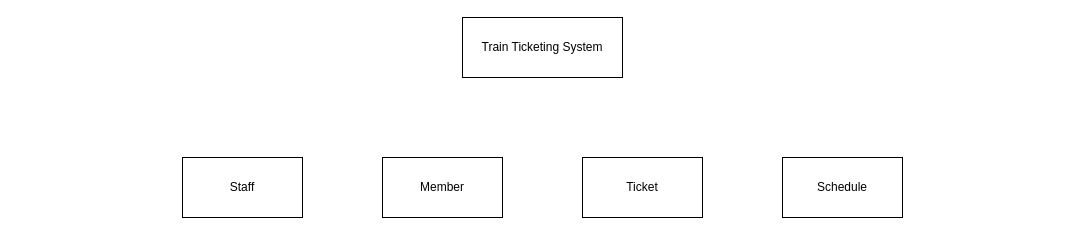
Above: diagrams/structure_chart.drawio in Poleric/train-ticketing-system (draw.io), before the change. Source tidied: cells renumbered, new cells numbered last; positions are measured from the earlier drawing's top-left corner, leaving out a move shared by most shapes. Both pictures are drawn from the tidied source at 100%, with x=0, y=0 at pixel (182, 17).
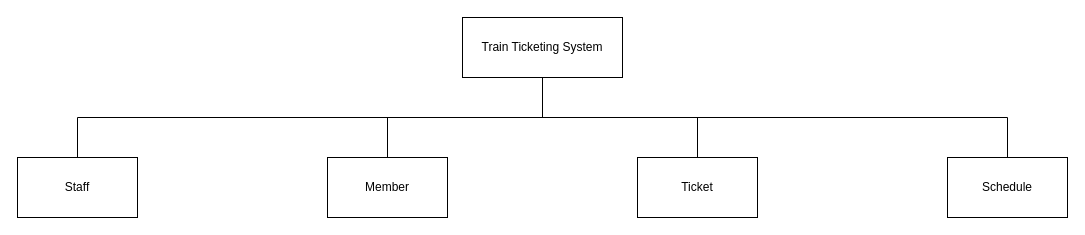
The same diagram, later.

Diff of the diagram source:
```diff
@@
 <mxGraphModel>
   <root>
     <mxCell id="0" />
     <mxCell id="1" parent="0" />
     <mxCell id="2" value="Staff" style="rounded=0;whiteSpace=wrap;html=1;" parent="1" vertex="1">
-      <mxGeometry y="140" width="120" height="60" as="geometry" />
+      <mxGeometry x="-165" y="140" width="120" height="60" as="geometry" />
     </mxCell>
     <mxCell id="3" value="Member" style="rounded=0;whiteSpace=wrap;html=1;" parent="1" vertex="1">
-      <mxGeometry x="200" y="140" width="120" height="60" as="geometry" />
+      <mxGeometry x="145" y="140" width="120" height="60" as="geometry" />
     </mxCell>
     <mxCell id="4" value="Ticket" style="rounded=0;whiteSpace=wrap;html=1;" parent="1" vertex="1">
-      <mxGeometry x="400" y="140" width="120" height="60" as="geometry" />
+      <mxGeometry x="455" y="140" width="120" height="60" as="geometry" />
     </mxCell>
     <mxCell id="5" value="Schedule" style="rounded=0;whiteSpace=wrap;html=1;" parent="1" vertex="1">
-      <mxGeometry x="600" y="140" width="120" height="60" as="geometry" />
+      <mxGeometry x="765" y="140" width="120" height="60" as="geometry" />
     </mxCell>
+    <mxCell id="7" style="edgeStyle=orthogonalEdgeStyle;rounded=0;jettySize=auto;html=1;exitX=0.5;exitY=1;exitDx=0;exitDy=0;entryX=0.5;entryY=0;entryDx=0;entryDy=0;endArrow=none;endFill=0;" parent="1" edge="1" source="6" target="2">
+      <mxGeometry relative="1" as="geometry" />
+    </mxCell>
+    <mxCell id="8" style="edgeStyle=orthogonalEdgeStyle;rounded=0;jettySize=auto;html=1;exitX=0.5;exitY=1;exitDx=0;exitDy=0;entryX=0.5;entryY=0;entryDx=0;entryDy=0;endArrow=none;endFill=0;" parent="1" edge="1" source="6" target="3">
+      <mxGeometry relative="1" as="geometry" />
+    </mxCell>
+    <mxCell id="9" style="edgeStyle=orthogonalEdgeStyle;rounded=0;jettySize=auto;html=1;exitX=0.5;exitY=1;exitDx=0;exitDy=0;entryX=0.5;entryY=0;entryDx=0;entryDy=0;endArrow=none;endFill=0;" parent="1" edge="1" source="6" target="4">
+      <mxGeometry relative="1" as="geometry" />
+    </mxCell>
+    <mxCell id="10" style="edgeStyle=orthogonalEdgeStyle;rounded=0;jettySize=auto;html=1;exitX=0.5;exitY=1;exitDx=0;exitDy=0;entryX=0.5;entryY=0;entryDx=0;entryDy=0;endArrow=none;endFill=0;" parent="1" edge="1" source="6" target="5">
+      <mxGeometry relative="1" as="geometry" />
+    </mxCell>
     <mxCell id="6" value="Train Ticketing System" style="rounded=0;whiteSpace=wrap;html=1;" parent="1" vertex="1">
       <mxGeometry x="280" width="160" height="60" as="geometry" />
     </mxCell>
   </root>
 </mxGraphModel>
```
